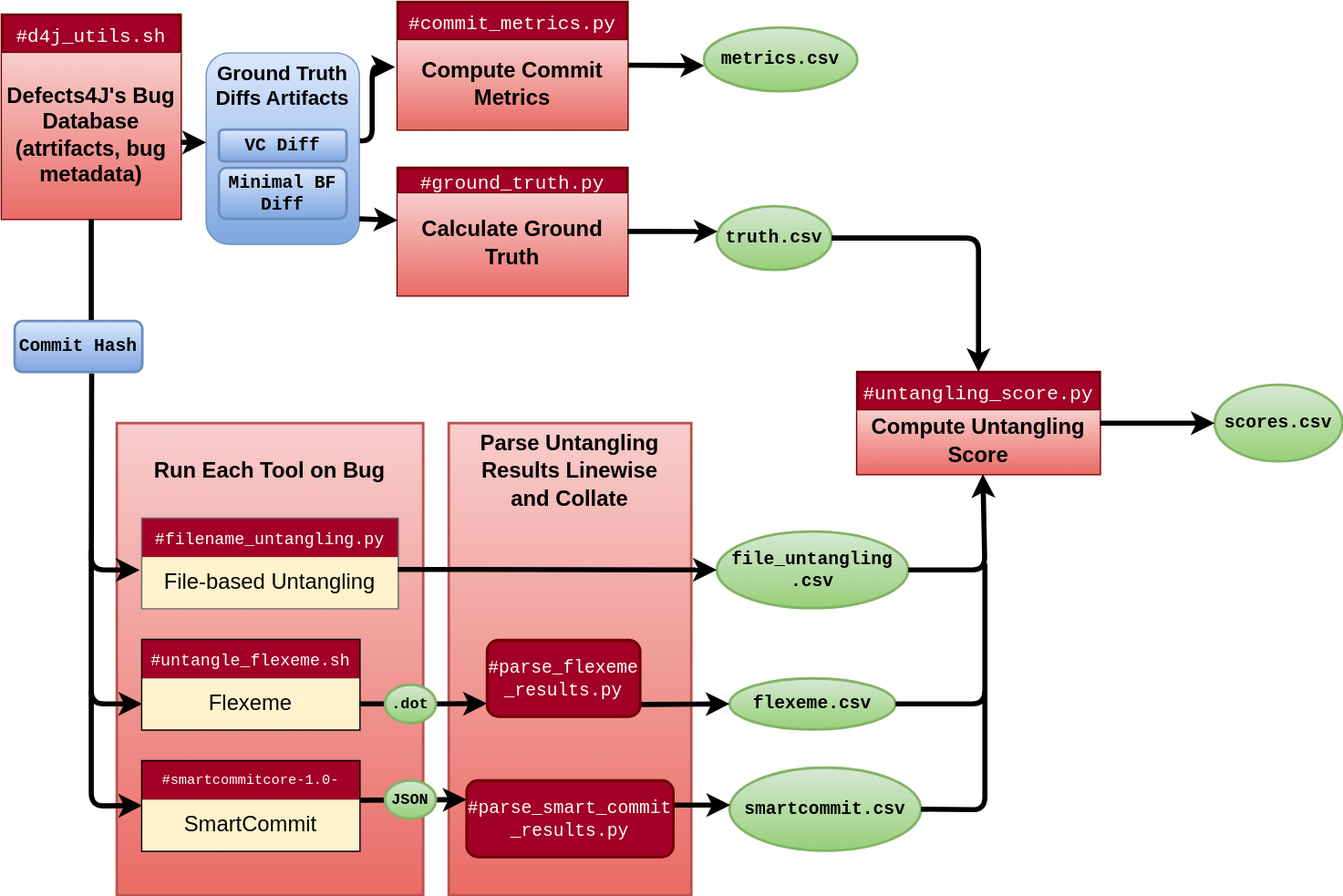
Thomsch/untangling-tools-benchmark keeps this draw.io diagram as diagrams/pipeline.drawio.svg. Above is the earlier version. Source tidied: cells renumbered, new cells last; positions are measured from the earlier drawing's top-left corner, leaving out a move shared by most shapes.
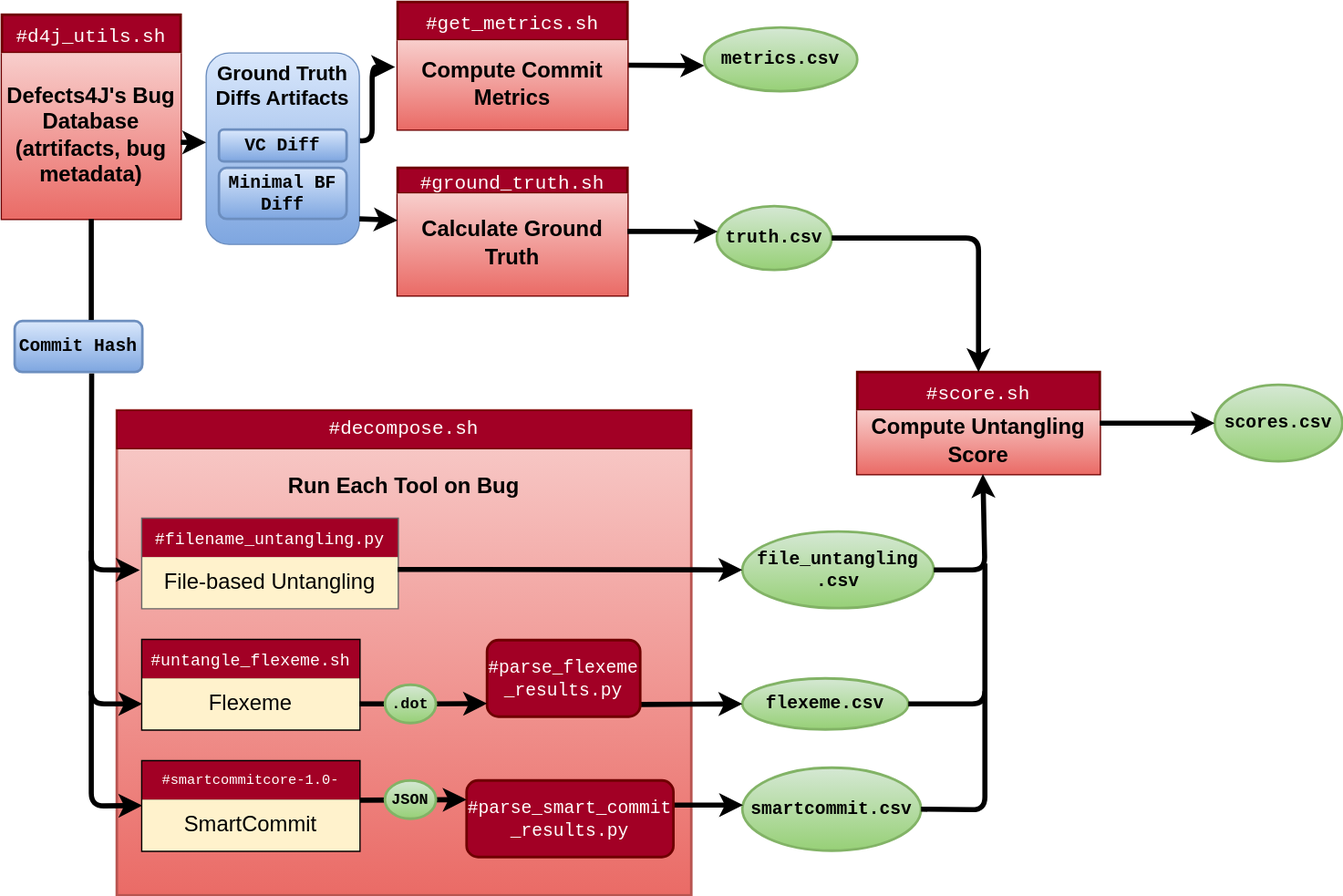
Later version of the same file.

Diff of the diagram source:
```diff
@@ -25,7 +25,7 @@
     <mxCell id="7" value="&lt;font color=&quot;#000000&quot;&gt;&lt;b style=&quot;font-size: 17px;&quot;&gt;Defects4J's Bug Database&amp;nbsp;&lt;br&gt;(atrtifacts, bug metadata)&lt;/b&gt;&amp;nbsp;&lt;/font&gt;" style="shape=partialRectangle;html=1;whiteSpace=wrap;overflow=hidden;fillColor=#f8cecc;top=0;left=0;bottom=0;right=0;gradientColor=#ea6b66;strokeColor=#b85450;" parent="6" vertex="1">
       <mxGeometry width="140" height="130" as="geometry" />
     </mxCell>
-    <mxCell id="8" value="#ground_truth.py" style="shape=table;startSize=20;strokeWidth=2;fontFamily=Courier New;fontSize=15;fillColor=#a20025;fontColor=#ffffff;strokeColor=#6F0000;" parent="1" vertex="1">
+    <mxCell id="8" value="#ground_truth.sh" style="shape=table;startSize=20;strokeWidth=2;fontFamily=Courier New;fontSize=15;fillColor=#a20025;fontColor=#ffffff;strokeColor=#6F0000;" parent="1" vertex="1">
       <mxGeometry x="310" y="130" width="180" height="100" as="geometry" />
     </mxCell>
     <mxCell id="9" style="shape=tableRow;horizontal=0;startSize=0;swimlaneHead=0;swimlaneBody=0;top=0;left=0;bottom=0;right=0;fillColor=none;points=[[0,0.5],[1,0.5]];portConstraint=eastwest;strokeWidth=2;fontFamily=Courier New;fontSize=17;" parent="8" vertex="1">
@@ -34,7 +34,7 @@
     <mxCell id="10" value="&lt;font color=&quot;#000000&quot; face=&quot;Helvetica&quot;&gt;&lt;b&gt;Calculate Ground Truth&lt;/b&gt;&lt;/font&gt;" style="shape=partialRectangle;html=1;whiteSpace=wrap;overflow=hidden;fillColor=#f8cecc;top=0;left=0;bottom=0;right=0;strokeWidth=2;fontFamily=Courier New;fontSize=17;strokeColor=#b85450;gradientColor=#ea6b66;" parent="9" vertex="1">
       <mxGeometry width="180" height="80" as="geometry" />
     </mxCell>
-    <mxCell id="11" value="#commit_metrics.py" style="shape=table;startSize=30;strokeWidth=2;fontFamily=Courier New;fontSize=15;fillColor=#a20025;fontColor=#ffffff;strokeColor=#6F0000;" parent="1" vertex="1">
+    <mxCell id="11" value="#get_metrics.sh" style="shape=table;startSize=30;strokeWidth=2;fontFamily=Courier New;fontSize=15;fillColor=#a20025;fontColor=#ffffff;strokeColor=#6F0000;" parent="1" vertex="1">
       <mxGeometry x="310" width="180" height="100" as="geometry" />
     </mxCell>
     <mxCell id="12" style="shape=tableRow;horizontal=0;startSize=0;swimlaneHead=0;swimlaneBody=0;top=0;left=0;bottom=0;right=0;fillColor=none;points=[[0,0.5],[1,0.5]];portConstraint=eastwest;strokeWidth=2;fontFamily=Helvetica;fontSize=15;" parent="11" vertex="1">
@@ -43,8 +43,8 @@
     <mxCell id="13" value="&lt;b&gt;&lt;font color=&quot;#000000&quot; style=&quot;font-size: 17px;&quot;&gt;Compute Commit Metrics&lt;/font&gt;&lt;/b&gt;" style="shape=partialRectangle;html=1;whiteSpace=wrap;overflow=hidden;fillColor=#f8cecc;top=0;left=0;bottom=0;right=0;strokeWidth=2;fontFamily=Helvetica;fontSize=15;strokeColor=#b85450;gradientColor=#ea6b66;" parent="12" vertex="1">
       <mxGeometry width="180" height="70" as="geometry" />
     </mxCell>
-    <mxCell id="14" value="&lt;b&gt;&lt;font color=&quot;#000000&quot; face=&quot;Helvetica&quot;&gt;&lt;br&gt;Run Each Tool on Bug&lt;/font&gt;&lt;/b&gt;" style="rounded=0;whiteSpace=wrap;html=1;strokeWidth=2;fontFamily=Courier New;fontSize=17;verticalAlign=top;fillColor=#f8cecc;strokeColor=#b85450;gradientColor=#ea6b66;" parent="1" vertex="1">
-      <mxGeometry x="90" y="330" width="240" height="370" as="geometry" />
+    <mxCell id="14" value="&lt;b&gt;&lt;font color=&quot;#000000&quot; face=&quot;Helvetica&quot;&gt;&lt;br&gt;&lt;br&gt;Run Each Tool on Bug&lt;/font&gt;&lt;/b&gt;" style="rounded=0;whiteSpace=wrap;html=1;strokeWidth=2;fontFamily=Courier New;fontSize=17;verticalAlign=top;fillColor=#f8cecc;strokeColor=#b85450;gradientColor=#ea6b66;" parent="1" vertex="1">
+      <mxGeometry x="90" y="320" width="450" height="380" as="geometry" />
     </mxCell>
     <mxCell id="15" style="shape=table;startSize=0;strokeWidth=2;fontFamily=Helvetica;fontSize=17;fillColor=#f5f5f5;gradientColor=#b3b3b3;strokeColor=#666666;" parent="1" vertex="1">
       <mxGeometry x="110" y="405" width="200" height="70" as="geometry" />
@@ -97,19 +97,16 @@
     <mxCell id="31" value="&lt;font color=&quot;#000000&quot; style=&quot;font-size: 14px;&quot;&gt;&lt;b&gt;truth.csv&lt;/b&gt;&lt;/font&gt;" style="ellipse;whiteSpace=wrap;html=1;strokeWidth=2;fontFamily=Courier New;fontSize=11;fillColor=#d5e8d4;strokeColor=#82b366;gradientColor=#97d077;" parent="1" vertex="1">
       <mxGeometry x="560" y="160" width="90" height="50" as="geometry" />
     </mxCell>
-    <mxCell id="32" value="&lt;b&gt;&lt;font color=&quot;#000000&quot; face=&quot;Helvetica&quot;&gt;Parse Untangling Results Linewise &lt;br&gt;and Collate&lt;/font&gt;&lt;/b&gt;" style="rounded=0;whiteSpace=wrap;html=1;strokeWidth=2;fontFamily=Courier New;fontSize=17;verticalAlign=top;fillColor=#f8cecc;strokeColor=#b85450;gradientColor=#ea6b66;" parent="1" vertex="1">
-      <mxGeometry x="350" y="330" width="190" height="370" as="geometry" />
-    </mxCell>
     <mxCell id="33" value="&lt;font color=&quot;#000000&quot; style=&quot;font-size: 14px;&quot;&gt;&lt;b&gt;file_untangling&lt;br&gt;.csv&lt;/b&gt;&lt;/font&gt;" style="ellipse;whiteSpace=wrap;html=1;strokeWidth=2;fontFamily=Courier New;fontSize=11;fillColor=#d5e8d4;strokeColor=#82b366;gradientColor=#97d077;" parent="1" vertex="1">
-      <mxGeometry x="560" y="415" width="150" height="60" as="geometry" />
+      <mxGeometry x="580" y="415" width="150" height="60" as="geometry" />
     </mxCell>
     <mxCell id="34" value="&lt;font color=&quot;#000000&quot; style=&quot;font-size: 14px;&quot;&gt;&lt;b&gt;flexeme.csv&lt;/b&gt;&lt;/font&gt;" style="ellipse;whiteSpace=wrap;html=1;strokeWidth=2;fontFamily=Courier New;fontSize=11;fillColor=#d5e8d4;strokeColor=#82b366;gradientColor=#97d077;" parent="1" vertex="1">
-      <mxGeometry x="570" y="530" width="130" height="40" as="geometry" />
+      <mxGeometry x="580" y="530" width="130" height="40" as="geometry" />
     </mxCell>
     <mxCell id="35" value="&lt;font color=&quot;#000000&quot; style=&quot;font-size: 14px;&quot;&gt;&lt;b&gt;smartcommit.csv&lt;/b&gt;&lt;/font&gt;" style="ellipse;whiteSpace=wrap;html=1;strokeWidth=2;fontFamily=Courier New;fontSize=11;fillColor=#d5e8d4;strokeColor=#82b366;gradientColor=#97d077;" parent="1" vertex="1">
-      <mxGeometry x="570" y="600" width="150" height="65" as="geometry" />
+      <mxGeometry x="580" y="600" width="140" height="65" as="geometry" />
     </mxCell>
-    <mxCell id="36" value="#untangling_score.py" style="shape=table;startSize=30;strokeWidth=2;fontFamily=Courier New;fontSize=15;fillColor=#a20025;strokeColor=#6F0000;fontColor=#ffffff;" parent="1" vertex="1">
+    <mxCell id="36" value="#score.sh" style="shape=table;startSize=30;strokeWidth=2;fontFamily=Courier New;fontSize=15;fillColor=#a20025;strokeColor=#6F0000;fontColor=#ffffff;" parent="1" vertex="1">
       <mxGeometry x="670" y="290" width="190" height="80" as="geometry" />
     </mxCell>
     <mxCell id="37" style="shape=tableRow;horizontal=0;startSize=0;swimlaneHead=0;swimlaneBody=0;top=0;left=0;bottom=0;right=0;fillColor=none;points=[[0,0.5],[1,0.5]];portConstraint=eastwest;strokeWidth=2;fontFamily=Courier New;fontSize=17;" parent="36" vertex="1">
@@ -148,10 +145,8 @@
         <mxPoint x="310" y="444.6" as="sourcePoint" />
       </mxGeometry>
     </mxCell>
-    <mxCell id="46" style="endArrow=classic;html=1;strokeColor=#000000;strokeWidth=4;fontFamily=Courier New;fontSize=14;fontColor=#000000;exitX=1.005;exitY=0.841;exitDx=0;exitDy=0;exitPerimeter=0;" parent="1" edge="1" source="47">
-      <mxGeometry relative="1" as="geometry">
-        <mxPoint x="570" y="550" as="targetPoint" />
-      </mxGeometry>
+    <mxCell id="46" style="endArrow=classic;html=1;strokeColor=#000000;strokeWidth=4;fontFamily=Courier New;fontSize=14;fontColor=#000000;exitX=1.005;exitY=0.841;exitDx=0;exitDy=0;exitPerimeter=0;entryX=0;entryY=0.5;entryDx=0;entryDy=0;" parent="1" edge="1" source="47" target="34">
+      <mxGeometry relative="1" as="geometry" />
     </mxCell>
     <mxCell id="47" value="&lt;font face=&quot;Courier New&quot;&gt;#parse_flexeme&lt;br&gt;_results.py&lt;br&gt;&lt;/font&gt;" style="rounded=1;whiteSpace=wrap;html=1;strokeWidth=2;fontFamily=Helvetica;fontSize=14;fillColor=#a20025;fontColor=#ffffff;strokeColor=#6F0000;" parent="1" vertex="1">
       <mxGeometry x="380" y="500" width="120" height="60" as="geometry" />
@@ -252,5 +247,8 @@
     <mxCell id="64" value="&lt;font face=&quot;Courier New&quot; color=&quot;#000000&quot;&gt;&lt;b&gt;.dot&lt;br&gt;&lt;/b&gt;&lt;/font&gt;" style="ellipse;whiteSpace=wrap;html=1;fillColor=#d5e8d4;gradientColor=#97d077;strokeColor=#82b366;strokeWidth=2;" parent="1" vertex="1">
       <mxGeometry x="300" y="535" width="40" height="30" as="geometry" />
     </mxCell>
+    <mxCell id="65" value="&lt;font style=&quot;font-size: 15px;&quot; face=&quot;Courier New&quot;&gt;#decompose.sh&lt;/font&gt;" style="rounded=0;whiteSpace=wrap;html=1;fillColor=#a20025;fontColor=#ffffff;strokeColor=#6F0000;" parent="1" vertex="1">
+      <mxGeometry x="90" y="320" width="450" height="30" as="geometry" />
+    </mxCell>
   </root>
 </mxGraphModel>
```
